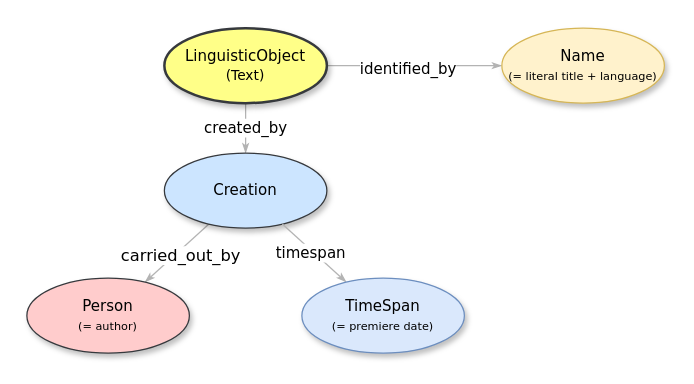
The draw.io diagram Figures-Cookbook/Text.drawio in stage-to-data/linked-art-pa, before the edit. Source tidied: cells renumbered, new cells numbered last; positions are measured from the earlier drawing's top-left corner, leaving out a move shared by most shapes. Both pictures are drawn from the tidied source at 125%, with x=0, y=0 at pixel (26, 28).
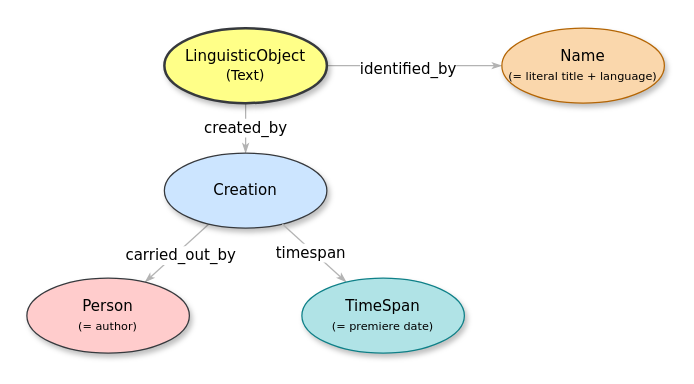
The same diagram, later.

What changed in the source:
```diff
@@
 <mxGraphModel>
   <root>
     <mxCell id="0" />
     <mxCell id="1" parent="0" />
     <mxCell id="2" style="edgeStyle=none;rounded=1;html=1;labelBackgroundColor=#FFFFFF;startArrow=none;startFill=0;startSize=5;endArrow=classicThin;endFill=1;endSize=5;jettySize=auto;strokeColor=#B3B3B3;strokeWidth=1;fontFamily=Verdana;fontSize=12;" parent="1" edge="1" source="5" target="6">
       <mxGeometry relative="1" as="geometry" />
     </mxCell>
     <mxCell id="3" value="&lt;font style=&quot;font-size: 12px;&quot; face=&quot;Verdana&quot;&gt;identified_by&lt;/font&gt;" style="edgeLabel;html=1;align=center;verticalAlign=middle;labelBackgroundColor=#FFFFFF;" parent="2" vertex="1">
       <mxGeometry x="-0.08" y="-2" relative="1" as="geometry" />
     </mxCell>
     <mxCell id="4" value="created_by" style="edgeStyle=none;rounded=1;html=1;labelBackgroundColor=#FFFFFF;startArrow=none;startFill=0;startSize=5;endArrow=classicThin;endFill=1;endSize=5;jettySize=auto;strokeColor=#B3B3B3;strokeWidth=1;fontFamily=Verdana;fontSize=12;" parent="1" edge="1" source="5" target="9">
       <mxGeometry relative="1" as="geometry" />
     </mxCell>
     <mxCell id="5" value="LinguisticObject&lt;div&gt;&lt;span style=&quot;font-size: 11px; background-color: initial;&quot;&gt;(Text&lt;/span&gt;&lt;span style=&quot;font-size: 11px; background-color: initial;&quot;&gt;)&lt;/span&gt;&lt;/div&gt;" style="ellipse;whiteSpace=wrap;html=1;rounded=0;shadow=1;comic=0;labelBackgroundColor=none;strokeWidth=2;fontFamily=Verdana;fontSize=12;align=center;fillColor=#ffff88;strokeColor=#36393d;" parent="1" vertex="1">
       <mxGeometry x="110" width="130" height="60" as="geometry" />
     </mxCell>
-    <mxCell id="6" value="&lt;span&gt;Name&lt;/span&gt;&lt;div&gt;&lt;span&gt;&lt;font style=&quot;font-size: 9px;&quot;&gt;(= literal title + language)&lt;/font&gt;&lt;/span&gt;&lt;/div&gt;" style="ellipse;whiteSpace=wrap;html=1;rounded=0;shadow=1;comic=0;labelBackgroundColor=none;strokeWidth=1;fontFamily=Verdana;fontSize=12;align=center;fillColor=#fff2cc;strokeColor=#d6b656;" parent="1" vertex="1">
+    <mxCell id="6" value="&lt;span&gt;Name&lt;/span&gt;&lt;div&gt;&lt;span&gt;&lt;font style=&quot;font-size: 9px;&quot;&gt;(= literal title + language)&lt;/font&gt;&lt;/span&gt;&lt;/div&gt;" style="ellipse;whiteSpace=wrap;html=1;rounded=0;shadow=1;comic=0;labelBackgroundColor=none;strokeWidth=1;fontFamily=Verdana;fontSize=12;align=center;fillColor=#fad7ac;strokeColor=#b46504;" parent="1" vertex="1">
       <mxGeometry x="380" width="130" height="60" as="geometry" />
     </mxCell>
     <mxCell id="7" style="edgeStyle=none;rounded=1;html=1;labelBackgroundColor=none;startArrow=none;startFill=0;startSize=5;endArrow=classicThin;endFill=1;endSize=5;jettySize=auto;strokeColor=#B3B3B3;strokeWidth=1;fontFamily=Verdana;fontSize=12;" parent="1" edge="1" source="9" target="10">
       <mxGeometry relative="1" as="geometry" />
     </mxCell>
-    <mxCell id="8" value="&lt;font style=&quot;font-size: 13px;&quot; face=&quot;Verdana&quot;&gt;carried_out_by&lt;/font&gt;" style="edgeLabel;html=1;align=center;verticalAlign=middle;" parent="7" vertex="1">
+    <mxCell id="8" value="&lt;font style=&quot;font-size: 12px;&quot; face=&quot;Verdana&quot;&gt;carried_out_by&lt;/font&gt;" style="edgeLabel;html=1;align=center;verticalAlign=middle;" parent="7" vertex="1">
       <mxGeometry x="-0.03" y="3" relative="1" as="geometry" />
     </mxCell>
     <mxCell id="9" value="&lt;span&gt;Creation&lt;/span&gt;" style="ellipse;whiteSpace=wrap;html=1;rounded=0;shadow=1;comic=0;labelBackgroundColor=none;strokeWidth=1;fontFamily=Verdana;fontSize=12;align=center;fillColor=#cce5ff;strokeColor=#36393d;" parent="1" vertex="1">
       <mxGeometry x="110" y="100" width="130" height="60" as="geometry" />
     </mxCell>
     <mxCell id="10" value="&lt;span&gt;Person&lt;/span&gt;&lt;div&gt;&lt;span&gt;&lt;font style=&quot;font-size: 9px;&quot;&gt;(= author)&lt;/font&gt;&lt;/span&gt;&lt;/div&gt;" style="ellipse;whiteSpace=wrap;html=1;rounded=0;shadow=1;comic=0;labelBackgroundColor=none;strokeWidth=1;fontFamily=Verdana;fontSize=12;align=center;fillColor=#ffcccc;strokeColor=#36393d;" parent="1" vertex="1">
       <mxGeometry y="200" width="130" height="60" as="geometry" />
     </mxCell>
     <mxCell id="11" style="edgeStyle=none;rounded=1;html=1;labelBackgroundColor=#FFFFFF;startArrow=none;startFill=0;startSize=5;endArrow=classicThin;endFill=1;endSize=5;jettySize=auto;strokeColor=#B3B3B3;strokeWidth=1;fontFamily=Verdana;fontSize=12;" parent="1" edge="1" source="9" target="13">
       <mxGeometry relative="1" as="geometry" />
     </mxCell>
     <mxCell id="12" value="&lt;font style=&quot;font-size: 12px;&quot; face=&quot;Verdana&quot;&gt;timespan&lt;/font&gt;" style="edgeLabel;html=1;align=center;verticalAlign=middle;labelBackgroundColor=#FFFFFF;" parent="11" vertex="1">
       <mxGeometry x="-0.1" y="-1" relative="1" as="geometry">
         <mxPoint y="1" as="offset" />
       </mxGeometry>
     </mxCell>
-    <mxCell id="13" value="&lt;span&gt;TimeSpan&lt;/span&gt;&lt;div&gt;&lt;span&gt;&lt;font style=&quot;font-size: 9px;&quot;&gt;(= premiere date)&lt;/font&gt;&lt;/span&gt;&lt;/div&gt;" style="ellipse;whiteSpace=wrap;html=1;rounded=0;shadow=1;comic=0;labelBackgroundColor=none;strokeWidth=1;fontFamily=Verdana;fontSize=12;align=center;fillColor=#dae8fc;strokeColor=#6c8ebf;" parent="1" vertex="1">
+    <mxCell id="13" value="&lt;span&gt;TimeSpan&lt;/span&gt;&lt;div&gt;&lt;span&gt;&lt;font style=&quot;font-size: 9px;&quot;&gt;(= premiere date)&lt;/font&gt;&lt;/span&gt;&lt;/div&gt;" style="ellipse;whiteSpace=wrap;html=1;rounded=0;shadow=1;comic=0;labelBackgroundColor=none;strokeWidth=1;fontFamily=Verdana;fontSize=12;align=center;fillColor=#b0e3e6;strokeColor=#0e8088;" parent="1" vertex="1">
       <mxGeometry x="220" y="200" width="130" height="60" as="geometry" />
     </mxCell>
   </root>
 </mxGraphModel>
```
